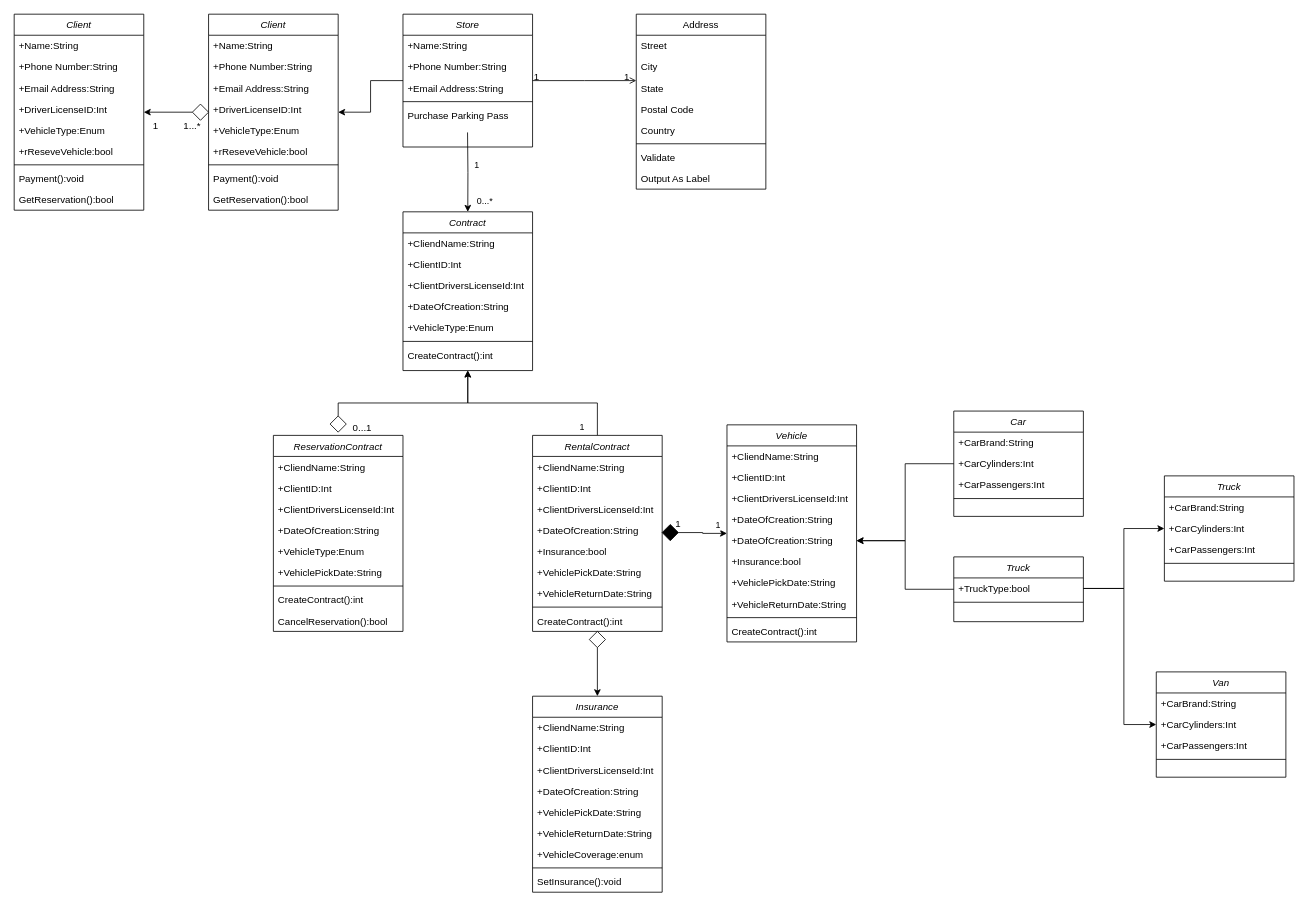
Above: Exercises/VehicleRent.drawio in LF-RoGu/UML (draw.io), before the change. Source tidied: cells renumbered, new cells numbered last; positions are measured from the earlier drawing's top-left corner, leaving out a move shared by most shapes. Both pictures are drawn from the tidied source at 81%, with x=0, y=0 at pixel (14, 14).
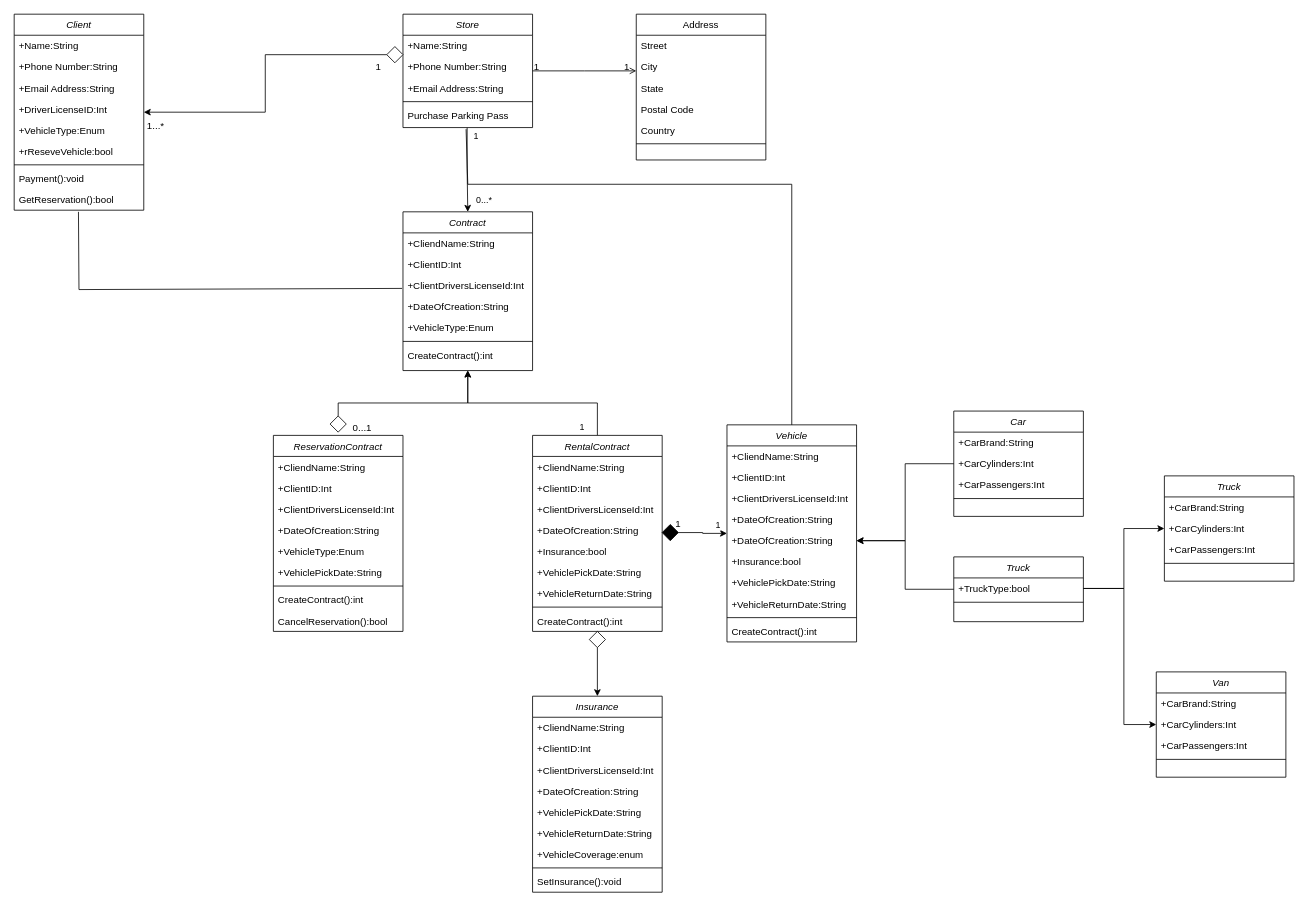
The same page after the edit.

Commit message:
General changes fro UML

The change refers to these unchanged cells:
```xml
<mxCell id="11" value="Purchase Parking Pass" style="text;align=left;verticalAlign=top;spacingLeft=4;spacingRight=4;overflow=hidden;points=[[0,0.5],[1,0.5]];portConstraint=eastwest;" parent="6" vertex="1">
  <mxGeometry y="112" width="160" height="26" as="geometry" />
</mxCell>
<mxCell id="44" value="GetReservation():bool" style="text;align=left;verticalAlign=top;spacingLeft=4;spacingRight=4;overflow=hidden;points=[[0,0.5],[1,0.5]];portConstraint=eastwest;" parent="35" vertex="1">
  <mxGeometry y="216" width="160" height="26" as="geometry" />
</mxCell>
<mxCell id="48" value="Contract" style="swimlane;fontStyle=2;align=center;verticalAlign=top;horizontal=1;startSize=26;rounded=0;shadow=0;strokeWidth=1;" parent="1" vertex="1">
  <mxGeometry x="480" y="244" width="160" height="196" as="geometry" />
</mxCell>
<mxCell id="52" value="+DateOfCreation:String" style="text;align=left;verticalAlign=top;spacingLeft=4;spacingRight=4;overflow=hidden;points=[[0,0.5],[1,0.5]];portConstraint=eastwest;rounded=0;shadow=0;html=0;" parent="48" vertex="1">
  <mxGeometry y="104" width="160" height="26" as="geometry" />
</mxCell>
<mxCell id="82" value="Vehicle" style="swimlane;fontStyle=2;align=center;verticalAlign=top;horizontal=1;startSize=26;rounded=0;shadow=0;strokeWidth=1;" parent="1" vertex="1">
  <mxGeometry x="880" y="507" width="160" height="268" as="geometry" />
</mxCell>
```

Diff of the diagram source:
```diff
@@
-    <mxCell id="2" style="edgeStyle=orthogonalEdgeStyle;rounded=0;jettySize=auto;html=1;" parent="1" edge="1" source="6" target="25">
-      <mxGeometry relative="1" as="geometry" />
-    </mxCell>
-    <mxCell id="3" style="edgeStyle=orthogonalEdgeStyle;rounded=0;jettySize=auto;html=1;entryX=0.5;entryY=0;entryDx=0;entryDy=0;" parent="1" edge="1" target="48">
+    <mxCell id="3" style="edgeStyle=orthogonalEdgeStyle;rounded=0;jettySize=auto;html=1;entryX=0.5;entryY=0;entryDx=0;entryDy=0;exitX=0.495;exitY=1.088;exitDx=0;exitDy=0;exitPerimeter=0;" parent="1" edge="1" source="11" target="48">
       <mxGeometry relative="1" as="geometry">
-        <mxPoint x="559.7" y="146" as="sourcePoint" />
+        <Array as="points">
+          <mxPoint x="559" y="191" />
+          <mxPoint x="560" y="191" />
+        </Array>
       </mxGeometry>
     </mxCell>
     <mxCell id="4" value="1" style="edgeLabel;html=1;align=center;verticalAlign=middle;" parent="3" vertex="1">
       <mxGeometry x="-0.21" y="-1" relative="1" as="geometry">
-        <mxPoint x="11" as="offset" />
+        <mxPoint x="11" y="-32" as="offset" />
       </mxGeometry>
     </mxCell>
@@
     <mxCell id="6" value="Store" style="swimlane;fontStyle=2;align=center;verticalAlign=top;horizontal=1;startSize=26;rounded=0;shadow=0;strokeWidth=1;" parent="1" vertex="1">
-      <mxGeometry x="480" width="160" height="164" as="geometry" />
+      <mxGeometry x="480" width="160" height="140" as="geometry" />
     </mxCell>
@@
     <mxCell id="12" value="Address" style="swimlane;fontStyle=0;align=center;verticalAlign=top;horizontal=1;startSize=26;rounded=0;shadow=0;strokeWidth=1;" parent="1" vertex="1">
-      <mxGeometry x="768" width="160" height="216" as="geometry" />
+      <mxGeometry x="768" width="160" height="180" as="geometry" />
     </mxCell>
@@
-    <mxCell id="19" value="Validate" style="text;align=left;verticalAlign=top;spacingLeft=4;spacingRight=4;overflow=hidden;" parent="12" vertex="1">
-      <mxGeometry y="164" width="160" height="26" as="geometry" />
-    </mxCell>
-    <mxCell id="20" value="Output As Label" style="text;align=left;verticalAlign=top;spacingLeft=4;spacingRight=4;overflow=hidden;" parent="12" vertex="1">
-      <mxGeometry y="190" width="160" height="26" as="geometry" />
-    </mxCell>
@@
-    <mxCell id="25" value="Client" style="swimlane;fontStyle=2;align=center;verticalAlign=top;horizontal=1;startSize=26;rounded=0;shadow=0;strokeWidth=1;" parent="1" vertex="1">
-      <mxGeometry x="240" width="160" height="242" as="geometry" />
-    </mxCell>
-    <mxCell id="26" value="+Name:String" style="text;align=left;verticalAlign=top;spacingLeft=4;spacingRight=4;overflow=hidden;" parent="25" vertex="1">
-      <mxGeometry y="26" width="160" height="26" as="geometry" />
-    </mxCell>
-    <mxCell id="27" value="+Phone Number:String" style="text;align=left;verticalAlign=top;spacingLeft=4;spacingRight=4;overflow=hidden;rounded=0;shadow=0;html=0;" parent="25" vertex="1">
-      <mxGeometry y="52" width="160" height="26" as="geometry" />
-    </mxCell>
-    <mxCell id="28" value="+Email Address:String" style="text;align=left;verticalAlign=top;spacingLeft=4;spacingRight=4;overflow=hidden;rounded=0;shadow=0;html=0;" parent="25" vertex="1">
-      <mxGeometry y="78" width="160" height="26" as="geometry" />
-    </mxCell>
-    <mxCell id="29" value="+DriverLicenseID:Int" style="text;align=left;verticalAlign=top;spacingLeft=4;spacingRight=4;overflow=hidden;rounded=0;shadow=0;html=0;" parent="25" vertex="1">
-      <mxGeometry y="104" width="160" height="26" as="geometry" />
-    </mxCell>
-    <mxCell id="30" value="+VehicleType:Enum" style="text;align=left;verticalAlign=top;spacingLeft=4;spacingRight=4;overflow=hidden;rounded=0;shadow=0;html=0;" parent="25" vertex="1">
-      <mxGeometry y="130" width="160" height="26" as="geometry" />
-    </mxCell>
-    <mxCell id="31" value="+rReseveVehicle:bool" style="text;align=left;verticalAlign=top;spacingLeft=4;spacingRight=4;overflow=hidden;rounded=0;shadow=0;html=0;" parent="25" vertex="1">
-      <mxGeometry y="156" width="160" height="26" as="geometry" />
-    </mxCell>
-    <mxCell id="32" style="line;html=1;strokeWidth=1;align=left;verticalAlign=middle;spacingTop=-1;spacingLeft=3;spacingRight=3;labelPosition=right;" parent="25" vertex="1">
-      <mxGeometry y="182" width="160" height="8" as="geometry" />
-    </mxCell>
-    <mxCell id="33" value="Payment():void" style="text;align=left;verticalAlign=top;spacingLeft=4;spacingRight=4;overflow=hidden;" parent="25" vertex="1">
-      <mxGeometry y="190" width="160" height="26" as="geometry" />
-    </mxCell>
-    <mxCell id="34" value="GetReservation():bool" style="text;align=left;verticalAlign=top;spacingLeft=4;spacingRight=4;overflow=hidden;" parent="25" vertex="1">
-      <mxGeometry y="216" width="160" height="26" as="geometry" />
-    </mxCell>
@@
     <mxCell id="45" style="rhombus;whiteSpace=wrap;html=1;fillColor=#FFFFFF;" parent="1" vertex="1">
-      <mxGeometry x="220" y="111" width="20" height="20" as="geometry" />
+      <mxGeometry x="460" y="40" width="20" height="20" as="geometry" />
     </mxCell>
-    <mxCell id="46" value="1" style="text;html=1;strokeColor=none;fillColor=none;align=center;verticalAlign=middle;whiteSpace=wrap;rounded=0;" parent="1" vertex="1">
+    <mxCell id="46" value="1...*" style="text;html=1;strokeColor=none;fillColor=none;align=center;verticalAlign=middle;whiteSpace=wrap;rounded=0;" parent="1" vertex="1">
       <mxGeometry x="160" y="123" width="30" height="30" as="geometry" />
     </mxCell>
-    <mxCell id="47" value="1...*" style="text;html=1;strokeColor=none;fillColor=none;align=center;verticalAlign=middle;whiteSpace=wrap;rounded=0;" parent="1" vertex="1">
-      <mxGeometry x="190" y="123" width="60" height="30" as="geometry" />
+    <mxCell id="47" value="1" style="text;html=1;strokeColor=none;fillColor=none;align=center;verticalAlign=middle;whiteSpace=wrap;rounded=0;" parent="1" vertex="1">
+      <mxGeometry x="420" y="50" width="60" height="30" as="geometry" />
     </mxCell>
@@
+    <mxCell id="130" style="endArrow=none;html=1;rounded=0;exitX=-0.007;exitY=-0.363;exitDx=0;exitDy=0;exitPerimeter=0;entryX=0.496;entryY=1.077;entryDx=0;entryDy=0;entryPerimeter=0;" parent="1" edge="1" source="52" target="44">
+      <mxGeometry relative="1" as="geometry">
+        <Array as="points">
+          <mxPoint x="80" y="340" />
+        </Array>
+      </mxGeometry>
+    </mxCell>
+    <mxCell id="131" style="endArrow=none;html=1;rounded=0;entryX=0.487;entryY=1.153;entryDx=0;entryDy=0;entryPerimeter=0;exitX=0.5;exitY=0;exitDx=0;exitDy=0;" parent="1" edge="1" source="82" target="11">
+      <mxGeometry relative="1" as="geometry">
+        <Array as="points">
+          <mxPoint x="960" y="210" />
+          <mxPoint x="560" y="210" />
+        </Array>
+      </mxGeometry>
+    </mxCell>
```
